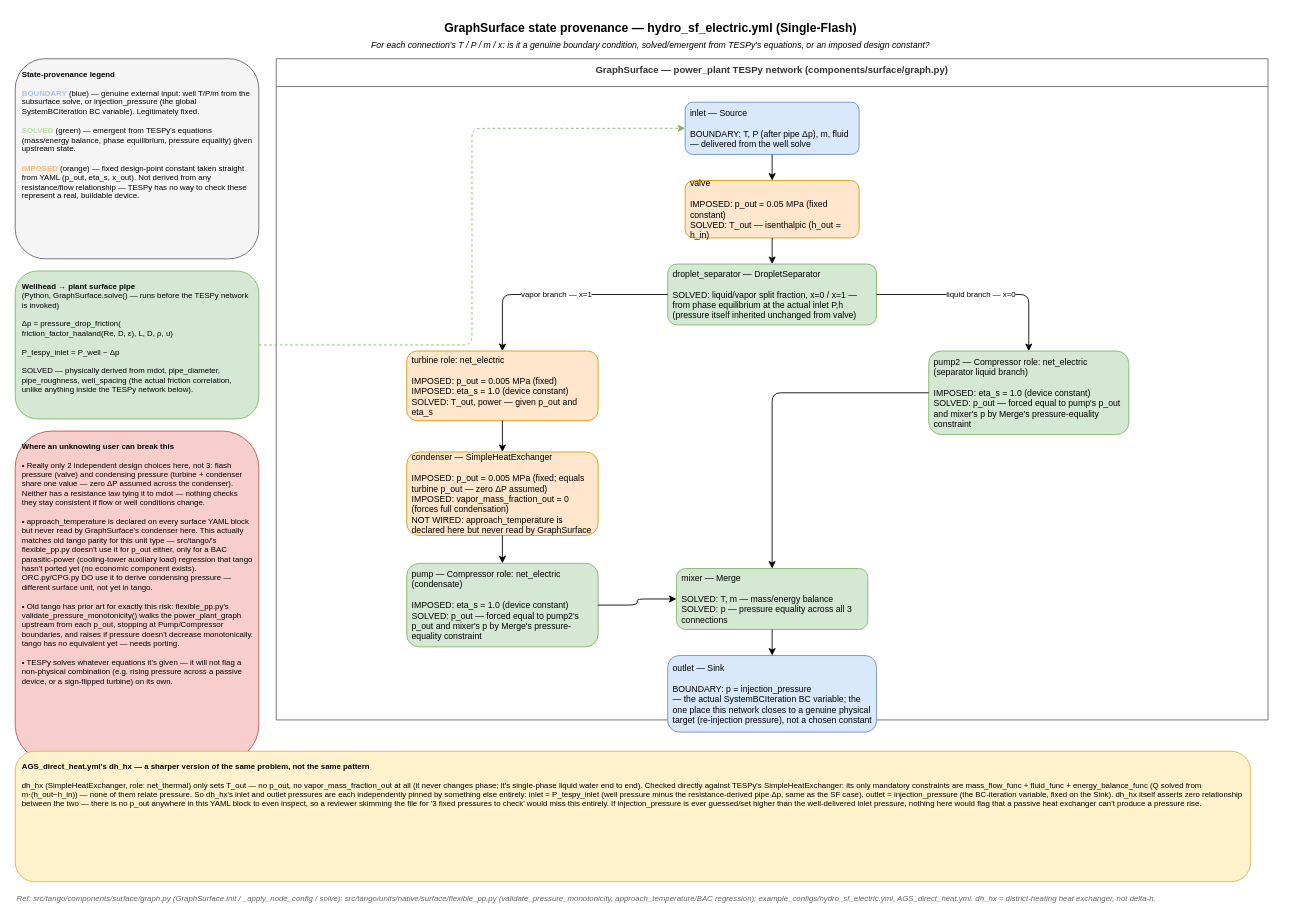
Earlier version of the draw.io diagram docs/archive/diagrams/graph_surface_state_provenance.drawio (GEG-ETHZ/TANGO-core). Source tidied: cells renumbered, new cells numbered last; positions are measured from the earlier drawing's top-left corner, leaving out a move shared by most shapes. Both pictures are drawn from the tidied source at 87%, with x=0, y=0 at pixel (15, 15).
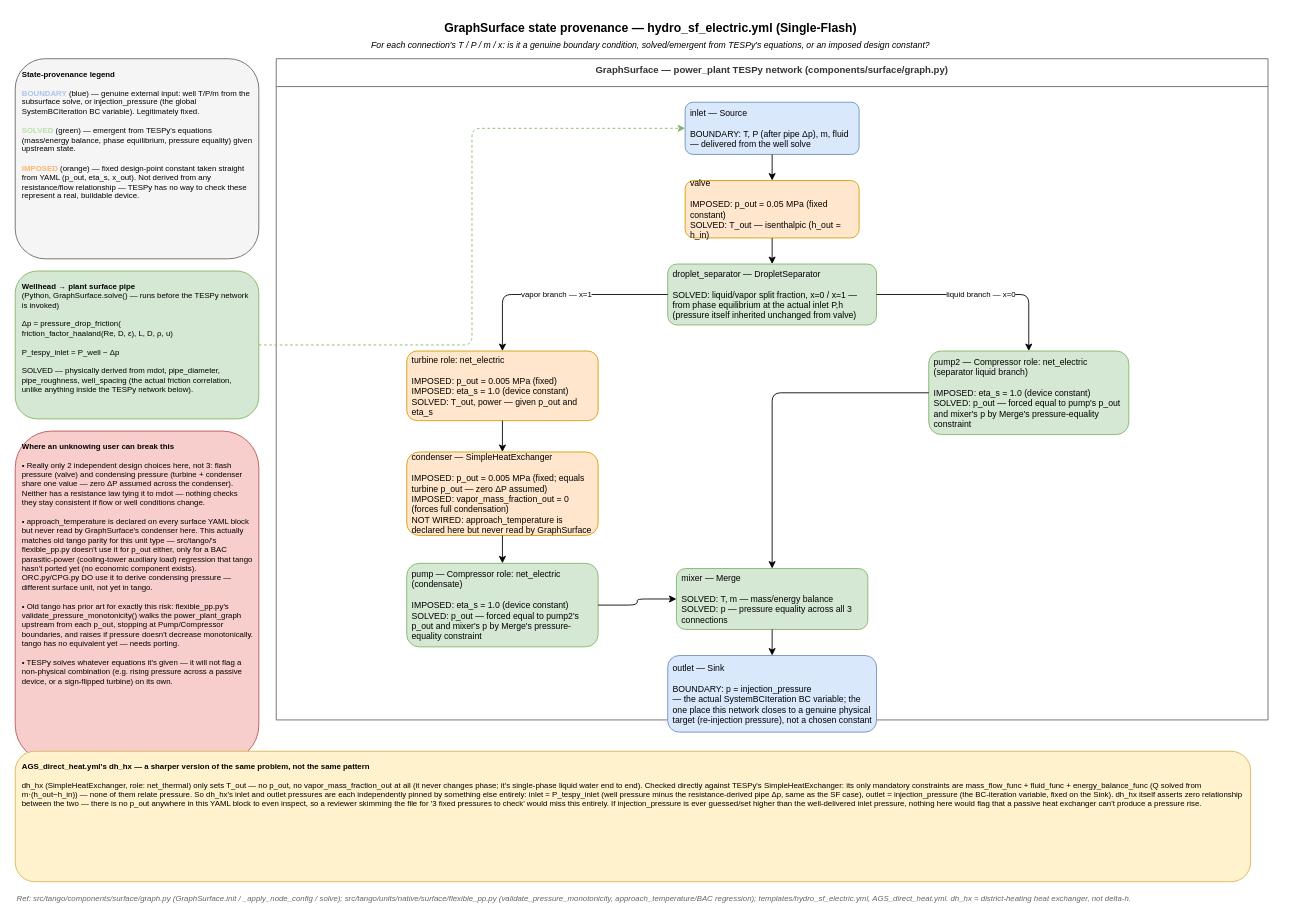
The same diagram, later.

The edit, as a diff of the source:
```diff
@@
-    <mxCell id="28" value="Ref: src/tango/components/surface/graph.py (GraphSurface.init / _apply_node_config / solve); src/tango/units/native/surface/flexible_pp.py (validate_pressure_monotonicity, approach_temperature/BAC regression); example_configs/hydro_sf_electric.yml, AGS_direct_heat.yml. dh_hx = district-heating heat exchanger, not delta-h." style="text;html=1;strokeColor=none;fillColor=none;align=left;fontSize=9;fontStyle=2;fontColor=#666666;" parent="1" vertex="1">
+    <mxCell id="28" value="Ref: src/tango/components/surface/graph.py (GraphSurface.init / _apply_node_config / solve); src/tango/units/native/surface/flexible_pp.py (validate_pressure_monotonicity, approach_temperature/BAC regression); templates/hydro_sf_electric.yml, AGS_direct_heat.yml. dh_hx = district-heating heat exchanger, not delta-h." style="text;html=1;strokeColor=none;fillColor=none;align=left;fontSize=9;fontStyle=2;fontColor=#666666;" parent="1" vertex="1">
       <mxGeometry y="1004" width="1440" height="18" as="geometry" />
     </mxCell>
```
